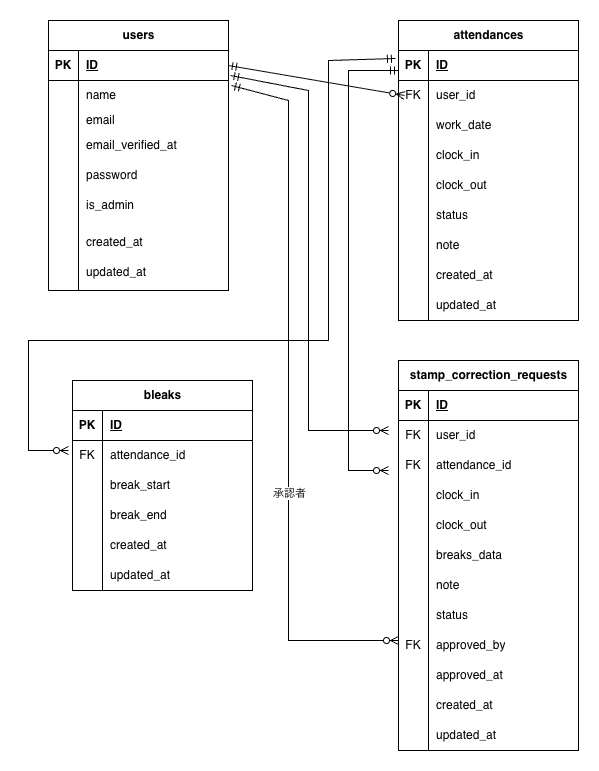
Earlier version of the draw.io export docs/er-diagram.png (shiroyama373/attendance-app). Source tidied: cells renumbered, new cells last; positions are measured from the earlier drawing's top-left corner, leaving out a move shared by most shapes.
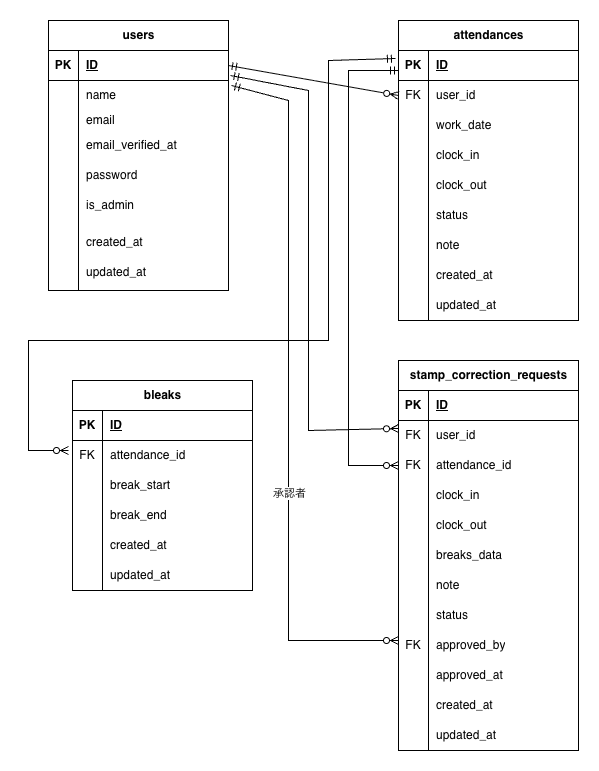
After the commit.

Commit message:
Update README with complete setup instructions and improve ER diagram layout

What changed in the source:
```diff
@@ -329,10 +329,8 @@
     <mxCell id="110" value="updated_at" style="shape=partialRectangle;fillColor=none;top=0;left=0;bottom=0;right=0;align=left;spacingLeft=6;overflow=hidden;whiteSpace=wrap;html=1;" parent="108" vertex="1">
       <mxGeometry x="30" width="150" height="30" as="geometry" />
     </mxCell>
-    <mxCell id="111" style="fontSize=12;html=1;endArrow=ERzeroToMany;startArrow=ERmandOne;rounded=0;exitX=1;exitY=0.5;exitDx=0;exitDy=0;" parent="1" edge="1" source="3">
-      <mxGeometry relative="1" as="geometry">
-        <mxPoint x="376" y="75" as="targetPoint" />
-      </mxGeometry>
+    <mxCell id="111" style="fontSize=12;html=1;endArrow=ERzeroToMany;startArrow=ERmandOne;rounded=0;exitX=1;exitY=0.5;exitDx=0;exitDy=0;entryX=0;entryY=0.5;entryDx=0;entryDy=0;" parent="1" edge="1" source="3" target="31">
+      <mxGeometry relative="1" as="geometry" />
     </mxCell>
     <mxCell id="112" style="fontSize=12;html=1;endArrow=ERzeroToMany;startArrow=ERmandOne;rounded=0;entryX=0.556;entryY=0;entryDx=0;entryDy=0;entryPerimeter=0;" parent="1" edge="1" target="55">
       <mxGeometry relative="1" as="geometry">
@@ -341,7 +339,7 @@
     </mxCell>
     <mxCell id="113" style="fontSize=12;html=1;endArrow=ERzeroToMany;startArrow=ERmandOne;rounded=0;exitX=1.011;exitY=0.833;exitDx=0;exitDy=0;exitPerimeter=0;" parent="1" edge="1" source="3">
       <mxGeometry relative="1" as="geometry">
-        <mxPoint x="360" y="410" as="targetPoint" />
+        <mxPoint x="370" y="408" as="targetPoint" />
         <Array as="points">
           <mxPoint x="280" y="70" />
           <mxPoint x="280" y="410" />
@@ -360,13 +358,12 @@
         </Array>
       </mxGeometry>
     </mxCell>
-    <mxCell id="115" style="fontSize=12;html=1;endArrow=ERzeroToMany;startArrow=ERmandOne;rounded=0;" parent="1" edge="1">
+    <mxCell id="115" style="fontSize=12;html=1;endArrow=ERzeroToMany;startArrow=ERmandOne;rounded=0;entryX=0;entryY=0.5;entryDx=0;entryDy=0;" parent="1" edge="1" target="81">
       <mxGeometry relative="1" as="geometry">
         <mxPoint x="370" y="50" as="sourcePoint" />
-        <mxPoint x="360" y="450" as="targetPoint" />
         <Array as="points">
           <mxPoint x="320" y="50" />
-          <mxPoint x="320" y="450" />
+          <mxPoint x="320" y="445" />
         </Array>
       </mxGeometry>
     </mxCell>
```
